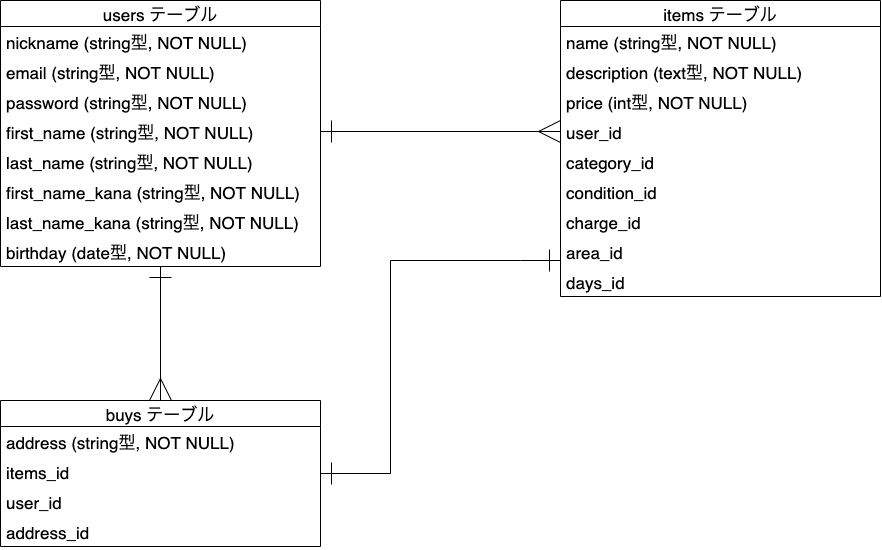
Before: database.drawio.png, a diagram exported from draw.io (kos-san/furima-30536). Source tidied: cells renumbered, new cells last; positions are measured from the earlier drawing's top-left corner, leaving out a move shared by most shapes.
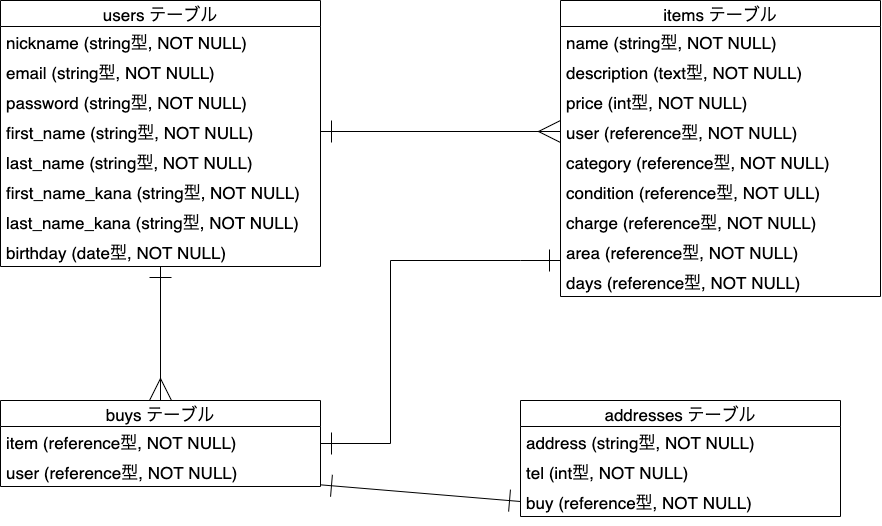
Above is the later version.

Commit message:
データベースの設計の修正

What changed in the source:
```diff
@@ -50,22 +50,22 @@
     <mxCell id="15" value="price (int型, NOT NULL)" style="text;strokeColor=none;fillColor=none;spacingLeft=4;spacingRight=4;overflow=hidden;fontSize=17;" parent="12" vertex="1">
       <mxGeometry y="86" width="320" height="30" as="geometry" />
     </mxCell>
-    <mxCell id="16" value="user_id" style="text;strokeColor=none;fillColor=none;spacingLeft=4;spacingRight=4;overflow=hidden;points=[[0,0.5],[1,0.5]];portConstraint=eastwest;fontSize=17;" parent="12" vertex="1">
+    <mxCell id="16" value="user (reference型, NOT NULL)" style="text;strokeColor=none;fillColor=none;spacingLeft=4;spacingRight=4;overflow=hidden;points=[[0,0.5],[1,0.5]];portConstraint=eastwest;fontSize=17;" parent="12" vertex="1">
       <mxGeometry y="116" width="320" height="30" as="geometry" />
     </mxCell>
-    <mxCell id="17" value="category_id" style="text;strokeColor=none;fillColor=none;spacingLeft=4;spacingRight=4;overflow=hidden;fontSize=17;" parent="12" vertex="1">
+    <mxCell id="17" value="category (reference型, NOT NULL)" style="text;strokeColor=none;fillColor=none;spacingLeft=4;spacingRight=4;overflow=hidden;fontSize=17;" parent="12" vertex="1">
       <mxGeometry y="146" width="320" height="30" as="geometry" />
     </mxCell>
-    <mxCell id="18" value="condition_id" style="text;strokeColor=none;fillColor=none;spacingLeft=4;spacingRight=4;overflow=hidden;fontSize=17;" parent="12" vertex="1">
+    <mxCell id="18" value="condition (reference型, NOT ULL)" style="text;strokeColor=none;fillColor=none;spacingLeft=4;spacingRight=4;overflow=hidden;fontSize=17;" parent="12" vertex="1">
       <mxGeometry y="176" width="320" height="30" as="geometry" />
     </mxCell>
-    <mxCell id="19" value="charge_id" style="text;strokeColor=none;fillColor=none;spacingLeft=4;spacingRight=4;overflow=hidden;fontSize=17;" parent="12" vertex="1">
+    <mxCell id="19" value="charge (reference型, NOT NULL)" style="text;strokeColor=none;fillColor=none;spacingLeft=4;spacingRight=4;overflow=hidden;fontSize=17;" parent="12" vertex="1">
       <mxGeometry y="206" width="320" height="30" as="geometry" />
     </mxCell>
-    <mxCell id="20" value="area_id" style="text;strokeColor=none;fillColor=none;spacingLeft=4;spacingRight=4;overflow=hidden;fontSize=17;" parent="12" vertex="1">
+    <mxCell id="20" value="area (reference型, NOT NULL)" style="text;strokeColor=none;fillColor=none;spacingLeft=4;spacingRight=4;overflow=hidden;fontSize=17;" parent="12" vertex="1">
       <mxGeometry y="236" width="320" height="30" as="geometry" />
     </mxCell>
-    <mxCell id="21" value="days_id" style="text;strokeColor=none;fillColor=none;spacingLeft=4;spacingRight=4;overflow=hidden;fontSize=17;" parent="12" vertex="1">
+    <mxCell id="21" value="days (reference型, NOT NULL)" style="text;strokeColor=none;fillColor=none;spacingLeft=4;spacingRight=4;overflow=hidden;fontSize=17;" parent="12" vertex="1">
       <mxGeometry y="266" width="320" height="30" as="geometry" />
     </mxCell>
     <mxCell id="22" style="edgeStyle=none;rounded=0;jettySize=auto;html=1;entryX=0;entryY=0.5;entryDx=0;entryDy=0;fontSize=12;endArrow=ERmany;endFill=0;startArrow=ERone;startFill=0;strokeWidth=1;jumpSize=18;endSize=20;startSize=20;" parent="1" edge="1" source="6" target="16">
@@ -80,19 +80,28 @@
       </mxGeometry>
     </mxCell>
     <mxCell id="25" value="buys テーブル" style="swimlane;fontStyle=0;horizontal=1;startSize=26;align=center;fontSize=17;" parent="1" vertex="1">
-      <mxGeometry y="400" width="320" height="146" as="geometry" />
+      <mxGeometry y="400" width="320" height="86" as="geometry" />
     </mxCell>
-    <mxCell id="26" value="address (string型, NOT NULL)" style="text;strokeColor=none;fillColor=none;spacingLeft=4;spacingRight=4;overflow=hidden;fontSize=17;" parent="25" vertex="1">
-      <mxGeometry y="26" width="320" height="30" as="geometry" />
-    </mxCell>
-    <mxCell id="27" value="items_id" style="text;strokeColor=none;fillColor=none;spacingLeft=4;spacingRight=4;overflow=hidden;fontSize=17;" parent="25" vertex="1">
-      <mxGeometry y="56" width="320" height="30" as="geometry" />
+    <mxCell id="27" value="item (reference型, NOT NULL)" style="text;strokeColor=none;fillColor=none;spacingLeft=4;spacingRight=4;overflow=hidden;fontSize=17;" parent="25" vertex="1">
+      <mxGeometry y="26" width="320" height="30" as="geometry" />
     </mxCell>
-    <mxCell id="28" value="user_id" style="text;strokeColor=none;fillColor=none;spacingLeft=4;spacingRight=4;overflow=hidden;points=[[0,0.5],[1,0.5]];portConstraint=eastwest;fontSize=17;" parent="25" vertex="1">
-      <mxGeometry y="86" width="320" height="30" as="geometry" />
+    <mxCell id="28" value="user (reference型, NOT NULL)" style="text;strokeColor=none;fillColor=none;spacingLeft=4;spacingRight=4;overflow=hidden;points=[[0,0.5],[1,0.5]];portConstraint=eastwest;fontSize=17;" parent="25" vertex="1">
+      <mxGeometry y="56" width="320" height="30" as="geometry" />
     </mxCell>
-    <mxCell id="29" value="address_id" style="text;strokeColor=none;fillColor=none;spacingLeft=4;spacingRight=4;overflow=hidden;fontSize=17;" parent="25" vertex="1">
-      <mxGeometry y="116" width="320" height="30" as="geometry" />
-    </mxCell>
+    <mxCell id="30" value="addresses テーブル" style="swimlane;fontStyle=0;horizontal=1;startSize=26;align=center;fontSize=17;" parent="1" vertex="1">
+      <mxGeometry x="520" y="400" width="320" height="116" as="geometry" />
+    </mxCell>
+    <mxCell id="26" value="address (string型, NOT NULL)" style="text;strokeColor=none;fillColor=none;spacingLeft=4;spacingRight=4;overflow=hidden;fontSize=17;" parent="30" vertex="1">
+      <mxGeometry y="26" width="320" height="30" as="geometry" />
+    </mxCell>
+    <mxCell id="31" value="tel (int型, NOT NULL)" style="text;strokeColor=none;fillColor=none;spacingLeft=4;spacingRight=4;overflow=hidden;fontSize=17;" parent="30" vertex="1">
+      <mxGeometry y="56" width="320" height="30" as="geometry" />
+    </mxCell>
+    <mxCell id="32" value="buy (reference型, NOT NULL)" style="text;strokeColor=none;fillColor=none;spacingLeft=4;spacingRight=4;overflow=hidden;points=[[0,0.5],[1,0.5]];portConstraint=eastwest;fontSize=17;" parent="30" vertex="1">
+      <mxGeometry y="86" width="320" height="30" as="geometry" />
+    </mxCell>
+    <mxCell id="33" style="edgeStyle=none;rounded=0;jettySize=auto;html=1;startArrow=ERone;startFill=0;startSize=20;endArrow=ERone;endFill=0;endSize=20;entryX=0;entryY=0.5;entryDx=0;entryDy=0;" parent="1" edge="1" source="28" target="32">
+      <mxGeometry relative="1" as="geometry" />
+    </mxCell>
   </root>
 </mxGraphModel>
```
